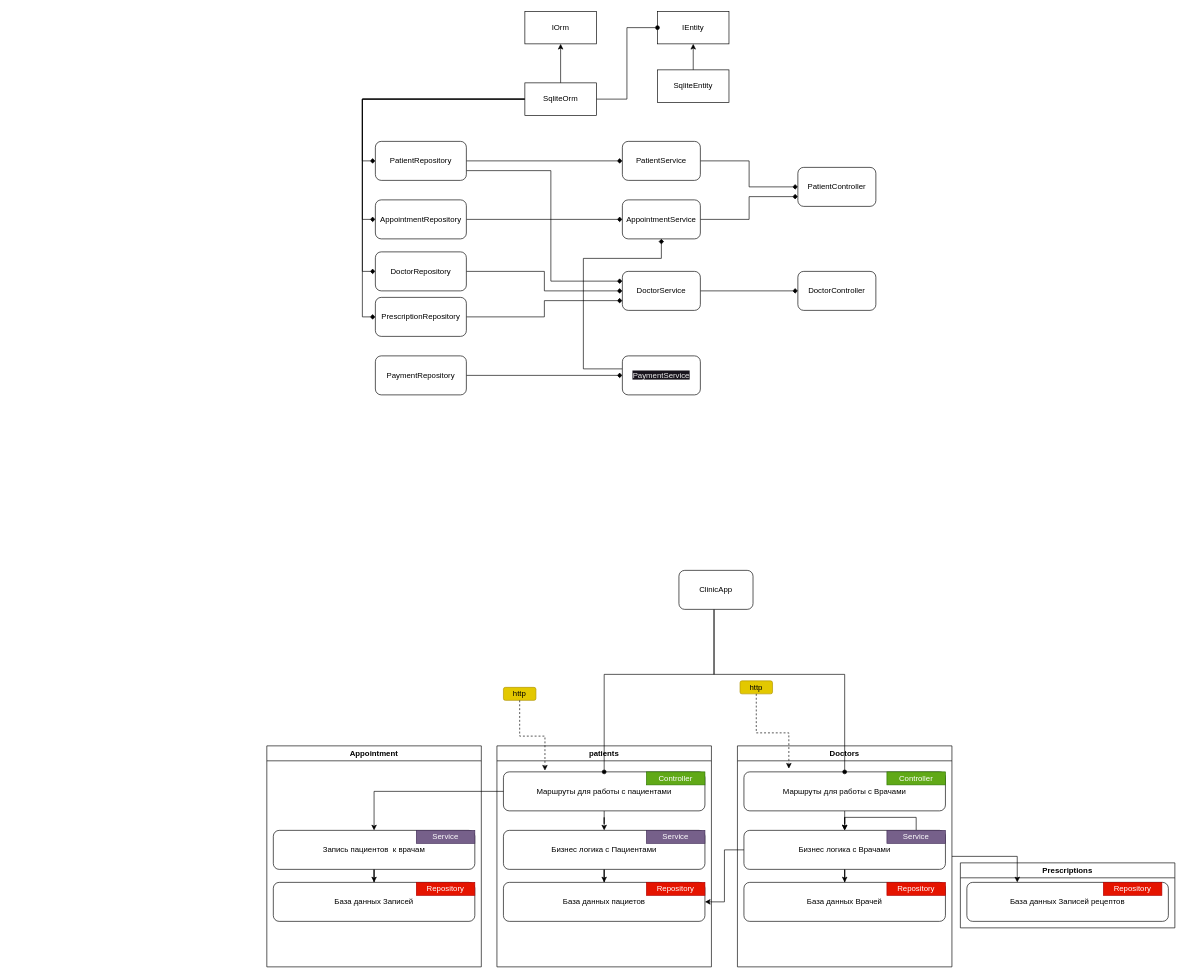
Earlier version of the draw.io diagram WeeklyClinic.drawio (lzpmpc005/HealthClinic). Source tidied: cells renumbered, new cells numbered last; positions are measured from the earlier drawing's top-left corner, leaving out a move shared by most shapes. Both pictures are drawn from the tidied source at 65%, with x=0, y=0 at pixel (266, 11).
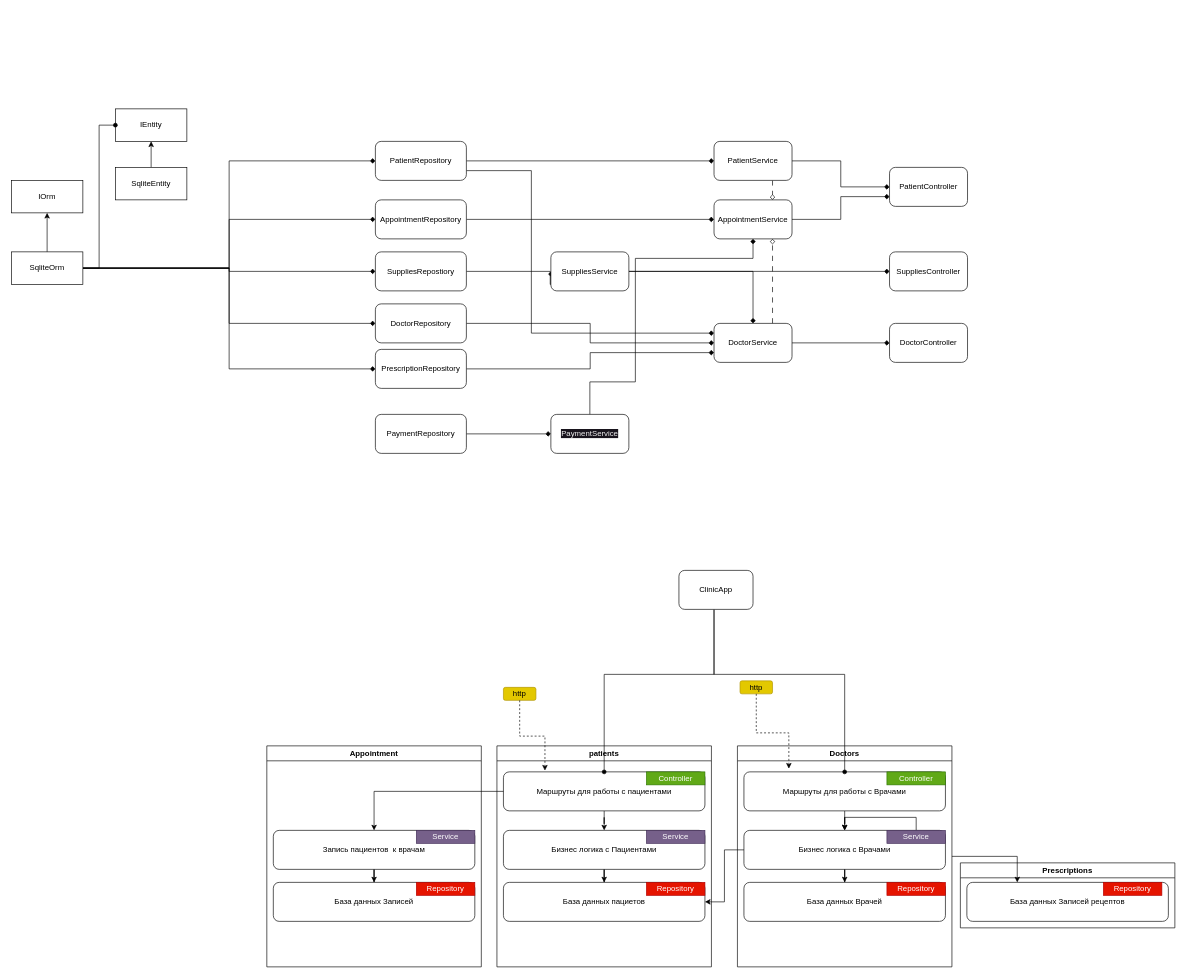
Above is the later version.

Unchanged cells that the change refers to:
```xml
<mxCell id="51" value="PatientRepository" style="rounded=1;whiteSpace=wrap;html=1;" parent="1" vertex="1">
  <mxGeometry x="167" y="200" width="140" height="60" as="geometry" />
</mxCell>
```

Diff of the diagram source:
```diff
@@
     <mxCell id="5" value="IOrm" style="html=1;whiteSpace=wrap;" parent="1" vertex="1">
-      <mxGeometry x="397" width="110" height="50" as="geometry" />
+      <mxGeometry x="-393" y="260" width="110" height="50" as="geometry" />
     </mxCell>
     <mxCell id="6" value="IEntity" style="html=1;whiteSpace=wrap;" parent="1" vertex="1">
-      <mxGeometry x="601" width="110" height="50" as="geometry" />
+      <mxGeometry x="-233" y="150" width="110" height="50" as="geometry" />
     </mxCell>
@@
+    <mxCell id="72" style="edgeStyle=orthogonalEdgeStyle;rounded=0;html=1;entryX=0;entryY=0.5;entryDx=0;entryDy=0;endArrow=diamond;endFill=1;" parent="1" edge="1" source="13" target="76">
+      <mxGeometry relative="1" as="geometry" />
+    </mxCell>
     <mxCell id="13" value="SqliteOrm" style="html=1;whiteSpace=wrap;" parent="1" vertex="1">
-      <mxGeometry x="397" y="110" width="110" height="50" as="geometry" />
+      <mxGeometry x="-393" y="370" width="110" height="50" as="geometry" />
     </mxCell>
@@
     <mxCell id="15" value="SqliteEntity" style="html=1;whiteSpace=wrap;" parent="1" vertex="1">
-      <mxGeometry x="601" y="90" width="110" height="50" as="geometry" />
+      <mxGeometry x="-233" y="240" width="110" height="50" as="geometry" />
     </mxCell>
@@
     <mxCell id="50" style="edgeStyle=orthogonalEdgeStyle;rounded=0;jettySize=auto;html=1;exitX=1;exitY=0.75;exitDx=0;exitDy=0;entryX=0;entryY=0.25;entryDx=0;entryDy=0;endArrow=diamond;endFill=1;" parent="1" edge="1" source="51" target="59">
       <mxGeometry relative="1" as="geometry">
         <Array as="points">
-          <mxPoint x="437" y="245" />
-          <mxPoint x="437" y="415" />
+          <mxPoint x="407" y="245" />
+          <mxPoint x="407" y="495" />
         </Array>
       </mxGeometry>
     </mxCell>
@@
     <mxCell id="53" value="DoctorRepository" style="rounded=1;whiteSpace=wrap;html=1;" parent="1" vertex="1">
-      <mxGeometry x="167" y="370" width="140" height="60" as="geometry" />
+      <mxGeometry x="167" y="450" width="140" height="60" as="geometry" />
     </mxCell>
@@
+    <mxCell id="73" style="edgeStyle=orthogonalEdgeStyle;rounded=0;html=1;exitX=0.75;exitY=1;exitDx=0;exitDy=0;entryX=0.75;entryY=0;entryDx=0;entryDy=0;endArrow=diamond;endFill=0;dashed=1;dashPattern=8 8;" parent="1" edge="1" source="57" target="61">
+      <mxGeometry relative="1" as="geometry" />
+    </mxCell>
     <mxCell id="57" value="PatientService" style="rounded=1;whiteSpace=wrap;html=1;" parent="1" vertex="1">
-      <mxGeometry x="547" y="200" width="120" height="60" as="geometry" />
+      <mxGeometry x="688" y="200" width="120" height="60" as="geometry" />
     </mxCell>
@@
+    <mxCell id="74" style="edgeStyle=orthogonalEdgeStyle;rounded=0;html=1;exitX=0.75;exitY=0;exitDx=0;exitDy=0;entryX=0.75;entryY=1;entryDx=0;entryDy=0;endArrow=diamond;endFill=0;dashed=1;dashPattern=8 8;" parent="1" edge="1" source="59" target="61">
+      <mxGeometry relative="1" as="geometry" />
+    </mxCell>
     <mxCell id="59" value="DoctorService" style="rounded=1;whiteSpace=wrap;html=1;" parent="1" vertex="1">
-      <mxGeometry x="547" y="400" width="120" height="60" as="geometry" />
+      <mxGeometry x="688" y="480" width="120" height="60" as="geometry" />
     </mxCell>
@@
     <mxCell id="61" value="AppointmentService" style="rounded=1;whiteSpace=wrap;html=1;" parent="1" vertex="1">
-      <mxGeometry x="547" y="290" width="120" height="60" as="geometry" />
+      <mxGeometry x="688" y="290" width="120" height="60" as="geometry" />
     </mxCell>
     <mxCell id="62" value="PatientController" style="rounded=1;whiteSpace=wrap;html=1;" parent="1" vertex="1">
-      <mxGeometry x="817" y="240" width="120" height="60" as="geometry" />
+      <mxGeometry x="958" y="240" width="120" height="60" as="geometry" />
     </mxCell>
     <mxCell id="63" value="DoctorController" style="rounded=1;whiteSpace=wrap;html=1;" parent="1" vertex="1">
-      <mxGeometry x="817" y="400" width="120" height="60" as="geometry" />
+      <mxGeometry x="958" y="480" width="120" height="60" as="geometry" />
     </mxCell>
@@
     <mxCell id="67" value="PrescriptionRepository" style="rounded=1;whiteSpace=wrap;html=1;" parent="1" vertex="1">
-      <mxGeometry x="167" y="440" width="140" height="60" as="geometry" />
+      <mxGeometry x="167" y="520" width="140" height="60" as="geometry" />
     </mxCell>
@@
     <mxCell id="69" value="PaymentRepository" style="rounded=1;whiteSpace=wrap;html=1;" parent="1" vertex="1">
-      <mxGeometry x="167" y="530" width="140" height="60" as="geometry" />
+      <mxGeometry x="167" y="620" width="140" height="60" as="geometry" />
     </mxCell>
-    <mxCell id="70" style="edgeStyle=orthogonalEdgeStyle;rounded=0;html=1;entryX=0.5;entryY=1;entryDx=0;entryDy=0;endArrow=diamond;endFill=1;" parent="1" edge="1" source="71" target="61">
+    <mxCell id="70" style="edgeStyle=orthogonalEdgeStyle;rounded=0;html=1;entryX=0.5;entryY=1;entryDx=0;entryDy=0;endArrow=diamond;endFill=1;exitX=0.5;exitY=0;exitDx=0;exitDy=0;" parent="1" edge="1" source="71" target="61">
       <mxGeometry relative="1" as="geometry">
         <Array as="points">
-          <mxPoint x="487" y="550" />
-          <mxPoint x="487" y="380" />
-          <mxPoint x="607" y="380" />
+          <mxPoint x="497" y="570" />
+          <mxPoint x="567" y="570" />
+          <mxPoint x="567" y="380" />
+          <mxPoint x="748" y="380" />
         </Array>
       </mxGeometry>
     </mxCell>
     <mxCell id="71" value="&lt;span style=&quot;color: rgb(240, 240, 240); font-family: Helvetica; font-size: 12px; font-style: normal; font-variant-ligatures: normal; font-variant-caps: normal; font-weight: 400; letter-spacing: normal; orphans: 2; text-align: center; text-indent: 0px; text-transform: none; widows: 2; word-spacing: 0px; -webkit-text-stroke-width: 0px; background-color: rgb(24, 20, 29); text-decoration-thickness: initial; text-decoration-style: initial; text-decoration-color: initial; float: none; display: inline !important;&quot;&gt;PaymentService&lt;/span&gt;" style="rounded=1;whiteSpace=wrap;html=1;" parent="1" vertex="1">
-      <mxGeometry x="547" y="530" width="120" height="60" as="geometry" />
+      <mxGeometry x="437" y="620" width="120" height="60" as="geometry" />
     </mxCell>
+    <mxCell id="75" style="edgeStyle=orthogonalEdgeStyle;rounded=0;html=1;entryX=0;entryY=0.5;entryDx=0;entryDy=0;endArrow=diamond;endFill=1;" parent="1" edge="1" source="76" target="79">
+      <mxGeometry relative="1" as="geometry">
+        <Array as="points">
+          <mxPoint x="436" y="400" />
+          <mxPoint x="436" y="420" />
+        </Array>
+      </mxGeometry>
+    </mxCell>
+    <mxCell id="76" value="SuppliesRepostiory" style="rounded=1;whiteSpace=wrap;html=1;" parent="1" vertex="1">
+      <mxGeometry x="167" y="370" width="140" height="60" as="geometry" />
+    </mxCell>
+    <mxCell id="77" style="edgeStyle=orthogonalEdgeStyle;rounded=0;html=1;entryX=0.5;entryY=0;entryDx=0;entryDy=0;endArrow=diamond;endFill=1;" parent="1" edge="1" source="79" target="59">
+      <mxGeometry relative="1" as="geometry" />
+    </mxCell>
+    <mxCell id="78" style="edgeStyle=orthogonalEdgeStyle;html=1;entryX=0;entryY=0.5;entryDx=0;entryDy=0;endArrow=diamond;endFill=1;" parent="1" edge="1" source="79" target="80">
+      <mxGeometry relative="1" as="geometry" />
+    </mxCell>
+    <mxCell id="79" value="SuppliesService" style="rounded=1;whiteSpace=wrap;html=1;" parent="1" vertex="1">
+      <mxGeometry x="437" y="370" width="120" height="60" as="geometry" />
+    </mxCell>
+    <mxCell id="80" value="SuppliesController" style="rounded=1;whiteSpace=wrap;html=1;" parent="1" vertex="1">
+      <mxGeometry x="958" y="370" width="120" height="60" as="geometry" />
+    </mxCell>
```
